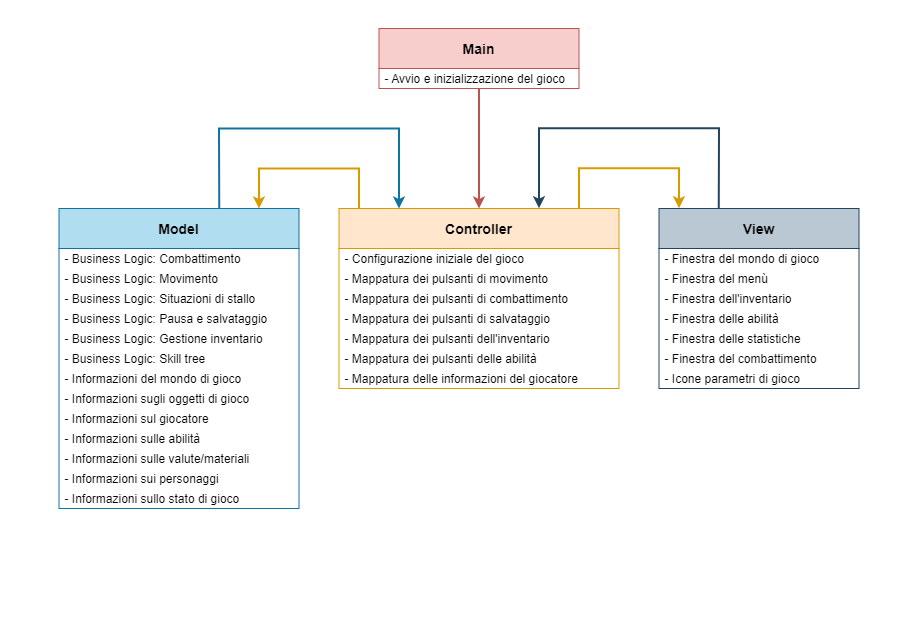
Above: log/diagrams/UML/architecture.drawio.png in weiss25r/Progetto-ISS-2022-2023 (draw.io), before the change. Source tidied: cells renumbered, new cells last; positions are measured from the earlier drawing's top-left corner, leaving out a move shared by most shapes.
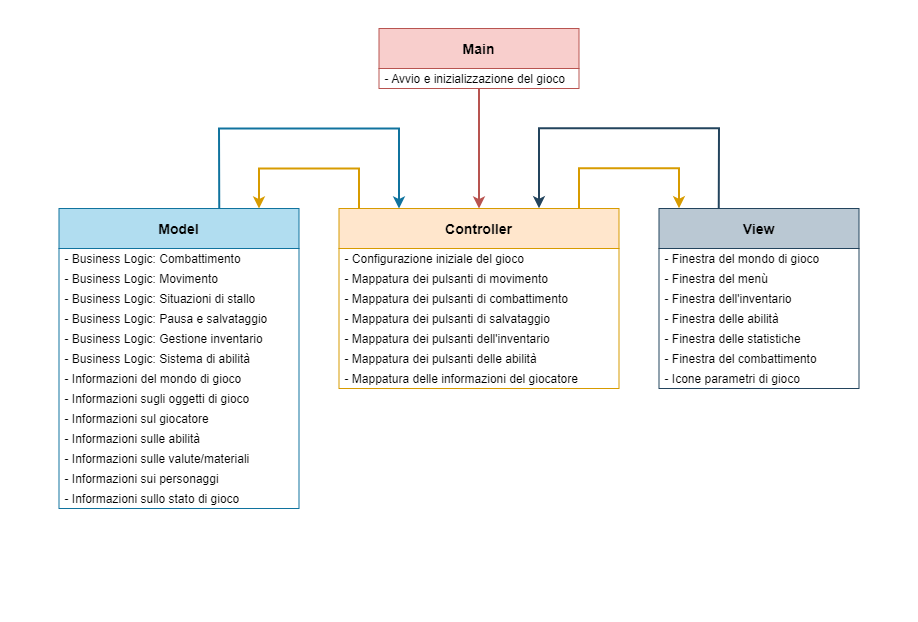
Above is the later version.

Diff of the diagram source:
```diff
@@ -71,7 +71,7 @@
     <mxCell id="24" value="- Business Logic: Gestione inventario" style="text;align=left;verticalAlign=middle;spacingLeft=4;spacingRight=4;overflow=hidden;" parent="19" vertex="1">
       <mxGeometry y="120" width="240" height="20" as="geometry" />
     </mxCell>
-    <mxCell id="25" value="- Business Logic: Skill tree" style="text;align=left;verticalAlign=middle;spacingLeft=4;spacingRight=4;overflow=hidden;" parent="19" vertex="1">
+    <mxCell id="25" value="- Business Logic: Sistema di abilità" style="text;align=left;verticalAlign=middle;spacingLeft=4;spacingRight=4;overflow=hidden;" parent="19" vertex="1">
       <mxGeometry y="140" width="240" height="20" as="geometry" />
     </mxCell>
     <mxCell id="26" value="- Informazioni del mondo di gioco" style="text;align=left;verticalAlign=middle;spacingLeft=4;spacingRight=4;overflow=hidden;" parent="19" vertex="1">
```
